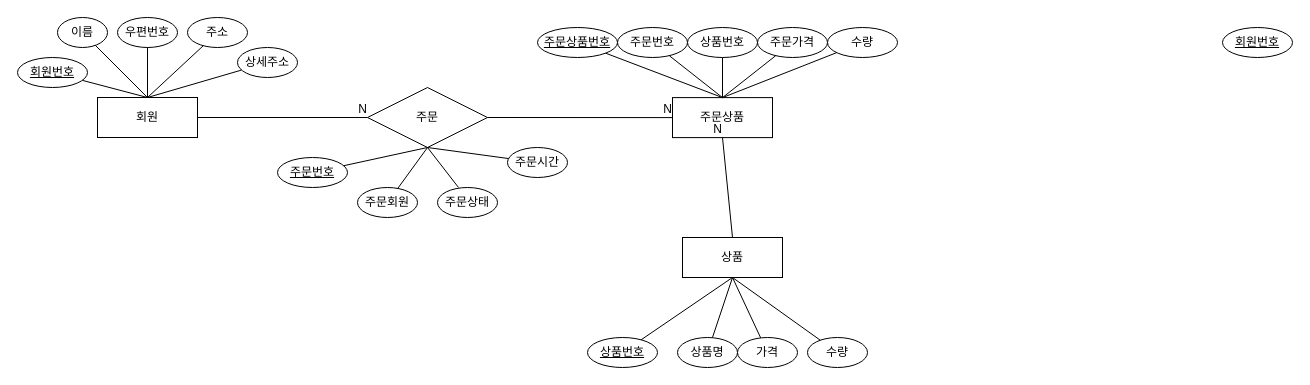
The draw.io diagram page "개념적설계" (1 of 2) of mart/src/main/java/com/example/mart/erd/mart.drawio in parkhyunseo1/springsource, before the edit. Source tidied: cells renumbered, new cells numbered last; positions are measured from the earlier drawing's top-left corner, leaving out a move shared by most shapes. Both pictures are drawn from the tidied source at 100%, with x=0, y=0 at pixel (17, 17).
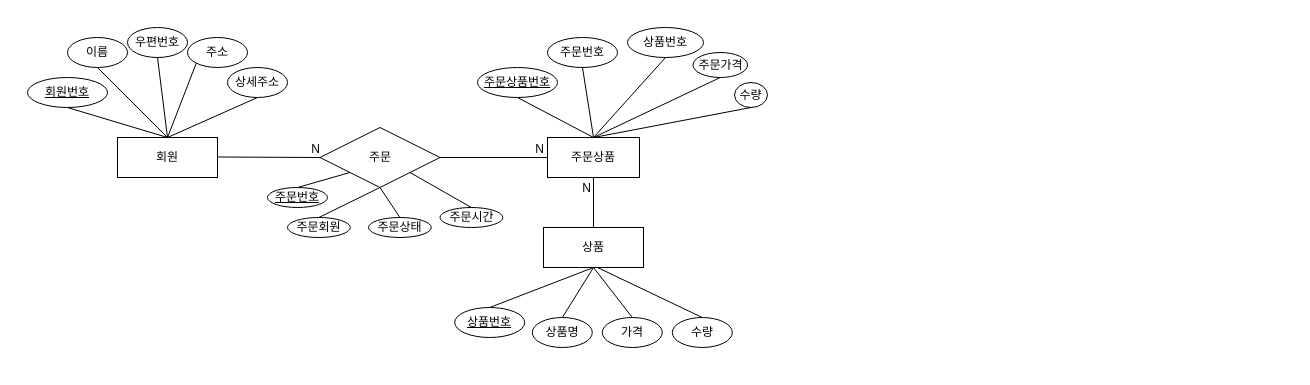
The same page after the edit.

The edit, as a diff of the source:
```diff
@@
-    <mxCell id="2" value="회원&lt;br&gt;" style="whiteSpace=wrap;html=1;align=center;" parent="1" vertex="1">
-      <mxGeometry x="80" y="80" width="100" height="40" as="geometry" />
+    <mxCell id="2" value="회원" style="whiteSpace=wrap;html=1;align=center;" parent="1" vertex="1">
+      <mxGeometry x="100" y="120" width="100" height="40" as="geometry" />
     </mxCell>
     <mxCell id="3" value="회원번호" style="ellipse;whiteSpace=wrap;html=1;align=center;fontStyle=4;" parent="1" vertex="1">
-      <mxGeometry y="40" width="70" height="30" as="geometry" />
+      <mxGeometry x="10" y="60" width="80" height="30" as="geometry" />
     </mxCell>
-    <mxCell id="4" style="endArrow=none;html=1;rounded=0;" parent="1" edge="1" source="3">
-      <mxGeometry relative="1" as="geometry">
-        <mxPoint x="130" y="80" as="targetPoint" />
-      </mxGeometry>
-    </mxCell>
+    <mxCell id="49" style="endArrow=none;html=1;rounded=0;exitX=0.5;exitY=1;exitDx=0;exitDy=0;entryX=0.5;entryY=0;entryDx=0;entryDy=0;" parent="1" edge="1" source="3" target="2">
+      <mxGeometry relative="1" as="geometry" />
+    </mxCell>
     <mxCell id="5" value="이름" style="ellipse;whiteSpace=wrap;html=1;align=center;" parent="1" vertex="1">
-      <mxGeometry x="40" width="50" height="30" as="geometry" />
+      <mxGeometry x="50" y="20" width="60" height="30" as="geometry" />
     </mxCell>
     <mxCell id="6" value="우편번호" style="ellipse;whiteSpace=wrap;html=1;align=center;" parent="1" vertex="1">
-      <mxGeometry x="100" width="60" height="30" as="geometry" />
+      <mxGeometry x="110" y="10" width="60" height="30" as="geometry" />
     </mxCell>
+    <mxCell id="50" value="주소" style="ellipse;whiteSpace=wrap;html=1;align=center;" parent="1" vertex="1">
+      <mxGeometry x="170" y="20" width="60" height="30" as="geometry" />
+    </mxCell>
+    <mxCell id="51" value="상세주소" style="ellipse;whiteSpace=wrap;html=1;align=center;" parent="1" vertex="1">
+      <mxGeometry x="210" y="50" width="60" height="30" as="geometry" />
+    </mxCell>
-    <mxCell id="7" value="주소" style="ellipse;whiteSpace=wrap;html=1;align=center;" parent="1" vertex="1">
-      <mxGeometry x="170" width="60" height="30" as="geometry" />
+    <mxCell id="7" style="endArrow=none;html=1;rounded=0;exitX=0.5;exitY=1;exitDx=0;exitDy=0;entryX=0.5;entryY=0;entryDx=0;entryDy=0;" parent="1" edge="1" source="5" target="2">
+      <mxGeometry relative="1" as="geometry" />
     </mxCell>
-    <mxCell id="8" value="상세주소" style="ellipse;whiteSpace=wrap;html=1;align=center;" parent="1" vertex="1">
-      <mxGeometry x="220" y="30" width="60" height="30" as="geometry" />
+    <mxCell id="8" style="endArrow=none;html=1;rounded=0;exitX=0.5;exitY=1;exitDx=0;exitDy=0;" parent="1" edge="1" source="6">
+      <mxGeometry relative="1" as="geometry">
+        <mxPoint x="150" y="120" as="targetPoint" />
+      </mxGeometry>
     </mxCell>
+    <mxCell id="52" style="endArrow=none;html=1;rounded=0;exitX=0;exitY=1;exitDx=0;exitDy=0;entryX=0.5;entryY=0;entryDx=0;entryDy=0;" parent="1" edge="1" source="50" target="2">
+      <mxGeometry relative="1" as="geometry" />
+    </mxCell>
-    <mxCell id="9" style="endArrow=none;html=1;rounded=0;" parent="1" edge="1" source="5">
+    <mxCell id="9" style="endArrow=none;html=1;rounded=0;exitX=0.5;exitY=1;exitDx=0;exitDy=0;" parent="1" edge="1" source="51">
       <mxGeometry relative="1" as="geometry">
-        <mxPoint x="130" y="80" as="targetPoint" />
+        <mxPoint x="150" y="120" as="targetPoint" />
       </mxGeometry>
     </mxCell>
-    <mxCell id="10" style="endArrow=none;html=1;rounded=0;" parent="1" edge="1" target="8">
-      <mxGeometry relative="1" as="geometry">
-        <mxPoint x="130" y="80" as="sourcePoint" />
-      </mxGeometry>
+    <mxCell id="10" value="상품" style="whiteSpace=wrap;html=1;align=center;" parent="1" vertex="1">
+      <mxGeometry x="526" y="210" width="100" height="40" as="geometry" />
     </mxCell>
-    <mxCell id="11" style="endArrow=none;html=1;rounded=0;" parent="1" edge="1" source="7">
-      <mxGeometry relative="1" as="geometry">
-        <mxPoint x="130" y="80" as="targetPoint" />
-      </mxGeometry>
+    <mxCell id="11" value="상품번호" style="ellipse;whiteSpace=wrap;html=1;align=center;fontStyle=4;" parent="1" vertex="1">
+      <mxGeometry x="437.2" y="290" width="70" height="30" as="geometry" />
     </mxCell>
-    <mxCell id="12" style="endArrow=none;html=1;rounded=0;" parent="1" edge="1" source="6" target="2">
-      <mxGeometry relative="1" as="geometry" />
+    <mxCell id="12" value="상품명" style="ellipse;whiteSpace=wrap;html=1;align=center;" parent="1" vertex="1">
+      <mxGeometry x="514.8" y="300" width="60" height="30" as="geometry" />
     </mxCell>
+    <mxCell id="53" value="가격" style="ellipse;whiteSpace=wrap;html=1;align=center;" parent="1" vertex="1">
+      <mxGeometry x="584.8" y="300" width="60" height="30" as="geometry" />
+    </mxCell>
+    <mxCell id="54" value="수량" style="ellipse;whiteSpace=wrap;html=1;align=center;" parent="1" vertex="1">
+      <mxGeometry x="654.8" y="300" width="60" height="30" as="geometry" />
+    </mxCell>
+    <mxCell id="55" style="endArrow=none;html=1;rounded=0;exitX=0.5;exitY=0;exitDx=0;exitDy=0;entryX=0.5;entryY=1;entryDx=0;entryDy=0;" parent="1" edge="1" source="11" target="10">
+      <mxGeometry relative="1" as="geometry" />
+    </mxCell>
-    <mxCell id="13" value="상품" style="whiteSpace=wrap;html=1;align=center;" parent="1" vertex="1">
-      <mxGeometry x="665" y="220" width="100" height="40" as="geometry" />
+    <mxCell id="13" style="endArrow=none;html=1;rounded=0;exitX=0.5;exitY=1;exitDx=0;exitDy=0;entryX=0.5;entryY=0;entryDx=0;entryDy=0;" parent="1" edge="1" source="10" target="12">
+      <mxGeometry relative="1" as="geometry" />
     </mxCell>
-    <mxCell id="14" value="상품번호" style="ellipse;whiteSpace=wrap;html=1;align=center;fontStyle=4;" parent="1" vertex="1">
-      <mxGeometry x="570" y="320" width="70" height="30" as="geometry" />
+    <mxCell id="14" style="endArrow=none;html=1;rounded=0;exitX=0.5;exitY=0;exitDx=0;exitDy=0;entryX=0.5;entryY=1;entryDx=0;entryDy=0;" parent="1" edge="1" source="53" target="10">
+      <mxGeometry relative="1" as="geometry" />
     </mxCell>
-    <mxCell id="15" value="회원번호" style="ellipse;whiteSpace=wrap;html=1;align=center;fontStyle=4;" parent="1" vertex="1">
-      <mxGeometry x="1205" y="10" width="70" height="30" as="geometry" />
+    <mxCell id="15" style="endArrow=none;html=1;rounded=0;exitX=0.5;exitY=0;exitDx=0;exitDy=0;" parent="1" edge="1" source="54">
+      <mxGeometry relative="1" as="geometry">
+        <mxPoint x="580" y="250" as="targetPoint" />
+      </mxGeometry>
     </mxCell>
-    <mxCell id="16" value="상품명" style="ellipse;whiteSpace=wrap;html=1;align=center;" parent="1" vertex="1">
-      <mxGeometry x="660" y="320" width="60" height="30" as="geometry" />
+    <mxCell id="16" value="주문" style="shape=rhombus;perimeter=rhombusPerimeter;whiteSpace=wrap;html=1;align=center;" parent="1" vertex="1">
+      <mxGeometry x="302.5" y="110" width="120" height="60" as="geometry" />
     </mxCell>
-    <mxCell id="17" value="가격" style="ellipse;whiteSpace=wrap;html=1;align=center;" parent="1" vertex="1">
-      <mxGeometry x="720" y="320" width="60" height="30" as="geometry" />
+    <mxCell id="17" value="주문상품" style="whiteSpace=wrap;html=1;align=center;" parent="1" vertex="1">
+      <mxGeometry x="530" y="120" width="92" height="40" as="geometry" />
     </mxCell>
-    <mxCell id="18" value="수량" style="ellipse;whiteSpace=wrap;html=1;align=center;" parent="1" vertex="1">
-      <mxGeometry x="790" y="320" width="60" height="30" as="geometry" />
+    <mxCell id="18" value="주문상품번호" style="ellipse;whiteSpace=wrap;html=1;align=center;fontStyle=4;" parent="1" vertex="1">
+      <mxGeometry x="460" y="50" width="80" height="30" as="geometry" />
     </mxCell>
+    <mxCell id="26" value="상품번호" style="ellipse;whiteSpace=wrap;html=1;align=center;" parent="1" vertex="1">
+      <mxGeometry x="610" y="10" width="76" height="30" as="geometry" />
+    </mxCell>
-    <mxCell id="19" style="endArrow=none;html=1;rounded=0;exitX=0.5;exitY=1;exitDx=0;exitDy=0;" parent="1" edge="1" source="13" target="17">
-      <mxGeometry relative="1" as="geometry" />
+    <mxCell id="19" value="주문가격" style="ellipse;whiteSpace=wrap;html=1;align=center;" parent="1" vertex="1">
+      <mxGeometry x="675.5" y="35" width="54.5" height="25" as="geometry" />
     </mxCell>
+    <mxCell id="56" value="수량" style="ellipse;whiteSpace=wrap;html=1;align=center;" parent="1" vertex="1">
+      <mxGeometry x="717" y="65" width="33" height="25" as="geometry" />
+    </mxCell>
-    <mxCell id="20" style="endArrow=none;html=1;rounded=0;exitX=0.5;exitY=1;exitDx=0;exitDy=0;" parent="1" edge="1" source="13" target="18">
-      <mxGeometry relative="1" as="geometry" />
+    <mxCell id="20" value="주문번호" style="ellipse;whiteSpace=wrap;html=1;align=center;" parent="1" vertex="1">
+      <mxGeometry x="530" y="20" width="70" height="30" as="geometry" />
     </mxCell>
+    <mxCell id="57" style="endArrow=none;html=1;rounded=0;exitX=0.5;exitY=1;exitDx=0;exitDy=0;entryX=0.5;entryY=0;entryDx=0;entryDy=0;" parent="1" edge="1" source="18" target="17">
+      <mxGeometry relative="1" as="geometry" />
+    </mxCell>
-    <mxCell id="21" style="endArrow=none;html=1;rounded=0;exitX=0.5;exitY=1;exitDx=0;exitDy=0;" parent="1" edge="1" source="13" target="16">
+    <mxCell id="21" style="endArrow=none;html=1;rounded=0;exitX=0.5;exitY=1;exitDx=0;exitDy=0;entryX=0.5;entryY=0;entryDx=0;entryDy=0;" parent="1" edge="1" source="20" target="17">
       <mxGeometry relative="1" as="geometry" />
     </mxCell>
+    <mxCell id="58" style="endArrow=none;html=1;rounded=0;exitX=0.5;exitY=1;exitDx=0;exitDy=0;entryX=0.5;entryY=0;entryDx=0;entryDy=0;" parent="1" edge="1" source="26" target="17">
+      <mxGeometry relative="1" as="geometry" />
+    </mxCell>
-    <mxCell id="22" style="endArrow=none;html=1;rounded=0;exitX=0.5;exitY=1;exitDx=0;exitDy=0;" parent="1" edge="1" source="13" target="14">
+    <mxCell id="22" style="endArrow=none;html=1;rounded=0;exitX=0.5;exitY=1;exitDx=0;exitDy=0;entryX=0.5;entryY=0;entryDx=0;entryDy=0;" parent="1" edge="1" source="19" target="17">
       <mxGeometry relative="1" as="geometry" />
     </mxCell>
-    <mxCell id="23" value="주문" style="shape=rhombus;perimeter=rhombusPerimeter;whiteSpace=wrap;html=1;align=center;" parent="1" vertex="1">
-      <mxGeometry x="350" y="70" width="120" height="60" as="geometry" />
-    </mxCell>
-    <mxCell id="24" value="주문상품" style="whiteSpace=wrap;html=1;align=center;" parent="1" vertex="1">
-      <mxGeometry x="655" y="80.1" width="100" height="40" as="geometry" />
-    </mxCell>
-    <mxCell id="25" value="주문상품번호" style="ellipse;whiteSpace=wrap;html=1;align=center;fontStyle=4;" parent="1" vertex="1">
-      <mxGeometry x="520" y="10" width="80" height="30" as="geometry" />
-    </mxCell>
-    <mxCell id="26" value="상품번호" style="ellipse;whiteSpace=wrap;html=1;align=center;" parent="1" vertex="1">
-      <mxGeometry x="670" y="10" width="70" height="30" as="geometry" />
-    </mxCell>
-    <mxCell id="27" value="수량" style="ellipse;whiteSpace=wrap;html=1;align=center;" parent="1" vertex="1">
-      <mxGeometry x="810" y="10" width="70" height="30" as="geometry" />
-    </mxCell>
-    <mxCell id="28" value="주문가격" style="ellipse;whiteSpace=wrap;html=1;align=center;" parent="1" vertex="1">
-      <mxGeometry x="740" y="10" width="70" height="30" as="geometry" />
-    </mxCell>
-    <mxCell id="29" value="주문번호" style="ellipse;whiteSpace=wrap;html=1;align=center;" parent="1" vertex="1">
-      <mxGeometry x="600" y="10" width="70" height="30" as="geometry" />
-    </mxCell>
-    <mxCell id="30" style="endArrow=none;html=1;rounded=0;entryX=0.5;entryY=0;entryDx=0;entryDy=0;" parent="1" edge="1" source="25" target="24">
-      <mxGeometry relative="1" as="geometry" />
-    </mxCell>
-    <mxCell id="31" style="endArrow=none;html=1;rounded=0;" parent="1" edge="1" source="26">
-      <mxGeometry relative="1" as="geometry">
-        <mxPoint x="705" y="80" as="targetPoint" />
-      </mxGeometry>
-    </mxCell>
+    <mxCell id="59" style="endArrow=none;html=1;rounded=0;exitX=0.5;exitY=1;exitDx=0;exitDy=0;entryX=0.5;entryY=0;entryDx=0;entryDy=0;" parent="1" edge="1" source="56" target="17">
+      <mxGeometry relative="1" as="geometry" />
+    </mxCell>
+    <mxCell id="60" style="endArrow=none;html=1;rounded=0;exitX=1;exitY=0.5;exitDx=0;exitDy=0;entryX=0;entryY=0.5;entryDx=0;entryDy=0;" parent="1" edge="1" source="16" target="17">
+      <mxGeometry relative="1" as="geometry" />
+    </mxCell>
+    <mxCell id="61" value="N" style="html=1;align=right;verticalAlign=bottom;" parent="60" vertex="1">
+      <mxGeometry x="1" relative="1" as="geometry">
+        <mxPoint x="-4" as="offset" />
+      </mxGeometry>
+    </mxCell>
+    <mxCell id="62" style="endArrow=none;html=1;rounded=0;exitX=0.5;exitY=0;exitDx=0;exitDy=0;entryX=0.5;entryY=1;entryDx=0;entryDy=0;" parent="1" edge="1" source="10" target="17">
+      <mxGeometry relative="1" as="geometry" />
+    </mxCell>
+    <mxCell id="63" value="N" style="html=1;align=right;verticalAlign=bottom;" parent="62" vertex="1">
+      <mxGeometry x="1" relative="1" as="geometry">
+        <mxPoint x="-2" y="19" as="offset" />
+      </mxGeometry>
+    </mxCell>
+    <mxCell id="64" style="endArrow=none;html=1;rounded=0;entryX=0;entryY=0.5;entryDx=0;entryDy=0;" parent="1" edge="1" target="16">
+      <mxGeometry relative="1" as="geometry">
+        <mxPoint x="200" y="139.5" as="sourcePoint" />
+      </mxGeometry>
+    </mxCell>
+    <mxCell id="65" value="N" style="html=1;align=right;verticalAlign=bottom;" parent="64" vertex="1">
+      <mxGeometry x="1" relative="1" as="geometry" />
+    </mxCell>
-    <mxCell id="32" style="endArrow=none;html=1;rounded=0;exitX=0.5;exitY=0;exitDx=0;exitDy=0;" parent="1" edge="1" source="24" target="27">
-      <mxGeometry relative="1" as="geometry" />
+    <mxCell id="32" value="주문번호" style="ellipse;whiteSpace=wrap;html=1;align=center;fontStyle=4;" parent="1" vertex="1">
+      <mxGeometry x="250" y="170" width="60" height="20" as="geometry" />
     </mxCell>
-    <mxCell id="33" style="endArrow=none;html=1;rounded=0;exitX=0.5;exitY=0;exitDx=0;exitDy=0;" parent="1" edge="1" source="24" target="28">
-      <mxGeometry relative="1" as="geometry" />
+    <mxCell id="33" value="주문회원" style="ellipse;whiteSpace=wrap;html=1;align=center;" parent="1" vertex="1">
+      <mxGeometry x="270" y="200" width="62.8" height="20" as="geometry" />
     </mxCell>
-    <mxCell id="34" style="endArrow=none;html=1;rounded=0;exitX=1;exitY=0.5;exitDx=0;exitDy=0;entryX=0;entryY=0.5;entryDx=0;entryDy=0;" parent="1" edge="1" source="2" target="23">
-      <mxGeometry relative="1" as="geometry" />
+    <mxCell id="34" value="주문시간" style="ellipse;whiteSpace=wrap;html=1;align=center;" parent="1" vertex="1">
+      <mxGeometry x="422.5" y="190" width="62.8" height="20" as="geometry" />
     </mxCell>
-    <mxCell id="35" value="N" style="html=1;align=right;verticalAlign=bottom;" parent="34" vertex="1">
-      <mxGeometry x="1" relative="1" as="geometry" />
+    <mxCell id="35" value="주문상태" style="ellipse;whiteSpace=wrap;html=1;align=center;" parent="1" vertex="1">
+      <mxGeometry x="351" y="200" width="62.8" height="20" as="geometry" />
     </mxCell>
-    <mxCell id="36" style="endArrow=none;html=1;rounded=0;exitX=1;exitY=0.5;exitDx=0;exitDy=0;entryX=0;entryY=0.5;entryDx=0;entryDy=0;" parent="1" edge="1" source="23" target="24">
+    <mxCell id="36" style="endArrow=none;html=1;rounded=0;exitX=0.5;exitY=0;exitDx=0;exitDy=0;entryX=0;entryY=1;entryDx=0;entryDy=0;" parent="1" edge="1" source="32" target="16">
       <mxGeometry relative="1" as="geometry" />
     </mxCell>
-    <mxCell id="37" value="N" style="html=1;align=right;verticalAlign=bottom;" parent="36" vertex="1">
-      <mxGeometry x="1" relative="1" as="geometry" />
+    <mxCell id="37" style="endArrow=none;html=1;rounded=0;exitX=0.5;exitY=0;exitDx=0;exitDy=0;entryX=0.5;entryY=1;entryDx=0;entryDy=0;" parent="1" edge="1" source="33" target="16">
+      <mxGeometry relative="1" as="geometry" />
     </mxCell>
-    <mxCell id="38" style="endArrow=none;html=1;rounded=0;entryX=0.5;entryY=1;entryDx=0;entryDy=0;exitX=0.5;exitY=0;exitDx=0;exitDy=0;" parent="1" edge="1" source="13" target="24">
+    <mxCell id="38" style="endArrow=none;html=1;rounded=0;exitX=0.5;exitY=0;exitDx=0;exitDy=0;entryX=1;entryY=1;entryDx=0;entryDy=0;" parent="1" edge="1" source="34" target="16">
       <mxGeometry relative="1" as="geometry" />
     </mxCell>
-    <mxCell id="39" value="N" style="html=1;align=right;verticalAlign=bottom;" parent="38" vertex="1">
-      <mxGeometry x="1" relative="1" as="geometry" />
+    <mxCell id="39" style="endArrow=none;html=1;rounded=0;exitX=0.5;exitY=0;exitDx=0;exitDy=0;entryX=0.5;entryY=1;entryDx=0;entryDy=0;" parent="1" edge="1" source="35" target="16">
+      <mxGeometry relative="1" as="geometry" />
     </mxCell>
-    <mxCell id="40" style="endArrow=none;html=1;rounded=0;exitX=0.5;exitY=0;exitDx=0;exitDy=0;" parent="1" edge="1" source="24" target="29">
-      <mxGeometry relative="1" as="geometry" />
-    </mxCell>
-    <mxCell id="41" value="주문번호" style="ellipse;whiteSpace=wrap;html=1;align=center;fontStyle=4;" parent="1" vertex="1">
-      <mxGeometry x="260" y="140" width="70" height="30" as="geometry" />
-    </mxCell>
-    <mxCell id="42" value="주문회원" style="ellipse;whiteSpace=wrap;html=1;align=center;" parent="1" vertex="1">
-      <mxGeometry x="340" y="170" width="60" height="30" as="geometry" />
-    </mxCell>
-    <mxCell id="43" value="주문상태" style="ellipse;whiteSpace=wrap;html=1;align=center;" parent="1" vertex="1">
-      <mxGeometry x="420" y="170" width="60" height="30" as="geometry" />
-    </mxCell>
-    <mxCell id="44" value="주문시간" style="ellipse;whiteSpace=wrap;html=1;align=center;" parent="1" vertex="1">
-      <mxGeometry x="490" y="130" width="60" height="30" as="geometry" />
-    </mxCell>
-    <mxCell id="45" style="endArrow=none;html=1;rounded=0;entryX=0.5;entryY=1;entryDx=0;entryDy=0;" parent="1" edge="1" source="41" target="23">
-      <mxGeometry relative="1" as="geometry" />
-    </mxCell>
-    <mxCell id="46" style="endArrow=none;html=1;rounded=0;entryX=0.35;entryY=0;entryDx=0;entryDy=0;exitX=0.5;exitY=1;exitDx=0;exitDy=0;entryPerimeter=0;" parent="1" edge="1" source="23" target="43">
-      <mxGeometry relative="1" as="geometry" />
-    </mxCell>
-    <mxCell id="47" style="endArrow=none;html=1;rounded=0;entryX=0.5;entryY=1;entryDx=0;entryDy=0;" parent="1" edge="1" source="42" target="23">
-      <mxGeometry relative="1" as="geometry" />
-    </mxCell>
-    <mxCell id="48" style="endArrow=none;html=1;rounded=0;exitX=0.5;exitY=1;exitDx=0;exitDy=0;" parent="1" edge="1" source="23" target="44">
-      <mxGeometry relative="1" as="geometry" />
-    </mxCell>
```
